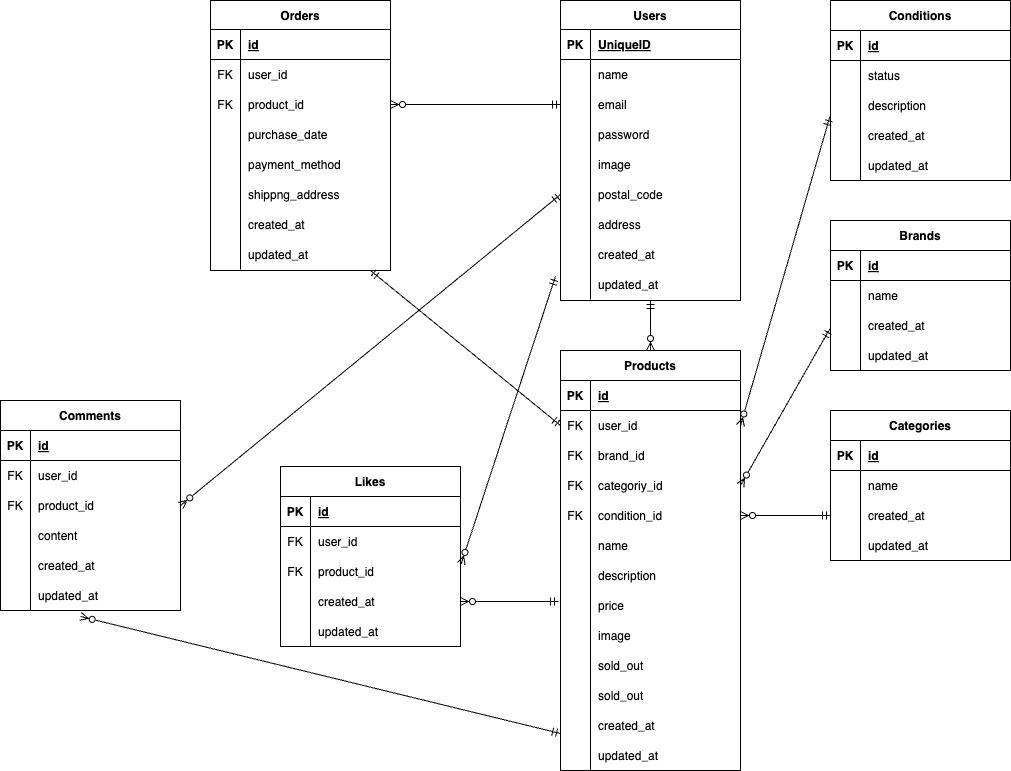
This is er.drawio.png from nanaka-miura/mailhog1, a draw.io export, as it was before one commit. Source tidied: cells renumbered, new cells last; positions are measured from the earlier drawing's top-left corner, leaving out a move shared by most shapes.
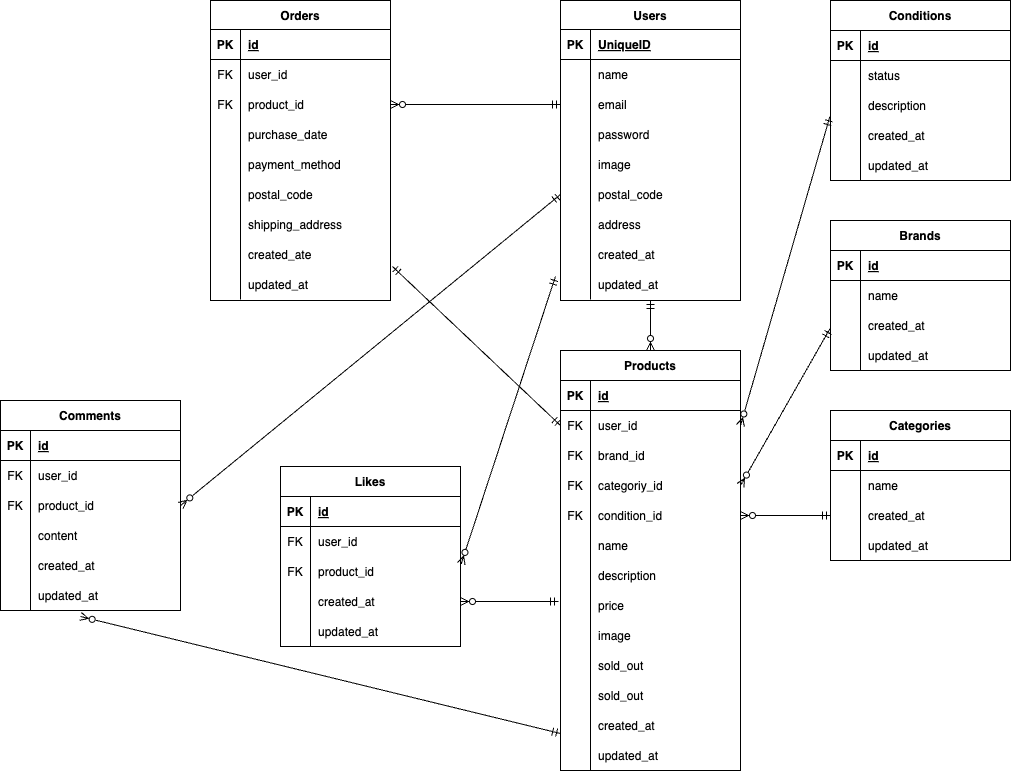
Above is the later version.

What changed in the source:
```diff
@@ -315,7 +315,7 @@
       <mxGeometry x="30" width="150" height="30" as="geometry" />
     </mxCell>
     <mxCell id="106" value="Orders" style="shape=table;startSize=29;rowLines=0;fontStyle=1;align=center;" parent="1" vertex="1">
-      <mxGeometry x="210" width="180" height="270" as="geometry" />
+      <mxGeometry x="210" width="180" height="300" as="geometry" />
     </mxCell>
     <mxCell id="107" style="shape=tableRow;horizontal=0;startSize=0;swimlaneHead=0;swimlaneBody=0;fillColor=none;top=0;left=0;right=0;bottom=1;" parent="106" vertex="1">
       <mxGeometry y="29" width="180" height="30" as="geometry" />
@@ -368,7 +368,7 @@
     <mxCell id="123" style="shape=partialRectangle;fillColor=none;top=0;left=0;bottom=0;right=0;overflow=hidden;" parent="122" vertex="1">
       <mxGeometry width="30" height="30" as="geometry" />
     </mxCell>
-    <mxCell id="124" value="shippng_address" style="shape=partialRectangle;fillColor=none;top=0;left=0;bottom=0;right=0;align=left;spacingLeft=6;overflow=hidden;" parent="122" vertex="1">
+    <mxCell id="124" value="postal_code" style="shape=partialRectangle;fillColor=none;top=0;left=0;bottom=0;right=0;align=left;spacingLeft=6;overflow=hidden;" parent="122" vertex="1">
       <mxGeometry x="30" width="150" height="30" as="geometry" />
     </mxCell>
     <mxCell id="125" style="shape=tableRow;horizontal=0;startSize=0;swimlaneHead=0;swimlaneBody=0;fillColor=none;top=0;left=0;right=0;bottom=0;" parent="106" vertex="1">
@@ -377,7 +377,7 @@
     <mxCell id="126" style="shape=partialRectangle;fillColor=none;top=0;left=0;bottom=0;right=0;overflow=hidden;" parent="125" vertex="1">
       <mxGeometry width="30" height="30" as="geometry" />
     </mxCell>
-    <mxCell id="127" value="created_at" style="shape=partialRectangle;fillColor=none;top=0;left=0;bottom=0;right=0;align=left;spacingLeft=6;overflow=hidden;" parent="125" vertex="1">
+    <mxCell id="127" value="shipping_address" style="shape=partialRectangle;fillColor=none;top=0;left=0;bottom=0;right=0;align=left;spacingLeft=6;overflow=hidden;" parent="125" vertex="1">
       <mxGeometry x="30" width="150" height="30" as="geometry" />
     </mxCell>
     <mxCell id="128" style="shape=tableRow;horizontal=0;startSize=0;swimlaneHead=0;swimlaneBody=0;fillColor=none;top=0;left=0;right=0;bottom=0;" parent="106" vertex="1">
@@ -386,9 +386,18 @@
     <mxCell id="129" style="shape=partialRectangle;fillColor=none;top=0;left=0;bottom=0;right=0;overflow=hidden;" parent="128" vertex="1">
       <mxGeometry width="30" height="30" as="geometry" />
     </mxCell>
-    <mxCell id="130" value="updated_at" style="shape=partialRectangle;fillColor=none;top=0;left=0;bottom=0;right=0;align=left;spacingLeft=6;overflow=hidden;" parent="128" vertex="1">
+    <mxCell id="130" value="created_ate" style="shape=partialRectangle;fillColor=none;top=0;left=0;bottom=0;right=0;align=left;spacingLeft=6;overflow=hidden;" parent="128" vertex="1">
       <mxGeometry x="30" width="150" height="30" as="geometry" />
     </mxCell>
+    <mxCell id="182" style="shape=tableRow;horizontal=0;startSize=0;swimlaneHead=0;swimlaneBody=0;fillColor=none;points=[[0,0.5],[1,0.5]];portConstraint=eastwest;top=0;left=0;right=0;bottom=0;" parent="106" vertex="1">
+      <mxGeometry y="269" width="180" height="30" as="geometry" />
+    </mxCell>
+    <mxCell id="183" style="shape=partialRectangle;fillColor=none;top=0;left=0;bottom=0;right=0;overflow=hidden;" parent="182" vertex="1">
+      <mxGeometry width="30" height="30" as="geometry" />
+    </mxCell>
+    <mxCell id="184" value="updated_at" style="shape=partialRectangle;fillColor=none;top=0;left=0;bottom=0;right=0;align=left;spacingLeft=6;overflow=hidden;" parent="182" vertex="1">
+      <mxGeometry x="30" width="150" height="30" as="geometry" />
+    </mxCell>
     <mxCell id="131" value="Conditions" style="shape=table;startSize=30;rowLines=0;fontStyle=1;align=center;" parent="1" vertex="1">
       <mxGeometry x="830" width="180" height="180" as="geometry" />
     </mxCell>
@@ -549,10 +558,8 @@
         <mxPoint x="80" y="616" as="targetPoint" />
       </mxGeometry>
     </mxCell>
-    <mxCell id="181" style="edgeStyle=none;html=1;exitX=0;exitY=0.5;exitDx=0;exitDy=0;startArrow=ERmandOne;startFill=0;endArrow=ERmandOne;endFill=0;" parent="1" edge="1" source="35">
-      <mxGeometry relative="1" as="geometry">
-        <mxPoint x="370" y="270" as="targetPoint" />
-      </mxGeometry>
+    <mxCell id="181" style="edgeStyle=none;html=1;exitX=0;exitY=0.5;exitDx=0;exitDy=0;startArrow=ERmandOne;startFill=0;endArrow=ERmandOne;endFill=0;entryX=1.011;entryY=-0.1;entryDx=0;entryDy=0;entryPerimeter=0;" parent="1" edge="1" source="35" target="182">
+      <mxGeometry relative="1" as="geometry" />
     </mxCell>
   </root>
 </mxGraphModel>
```
